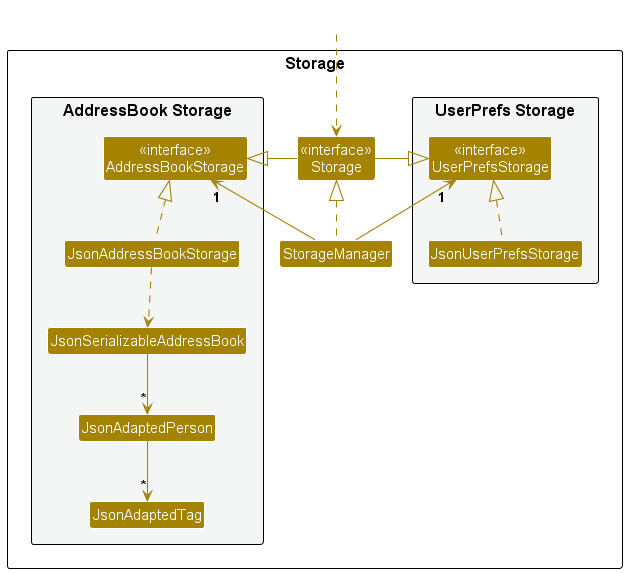
Above: docs/images/StorageClassDiagram.png in szelingtan/tp (PlantUML), before the change. Its source is kept beside it as docs/diagrams/StorageClassDiagram.puml. Source of this version:
```plantuml
@startuml
!include style.puml
skinparam arrowThickness 1.1
skinparam arrowColor STORAGE_COLOR
skinparam classBackgroundColor STORAGE_COLOR

package Storage as StoragePackage {

package "UserPrefs Storage" #F4F6F6{
Class "<<interface>>\nUserPrefsStorage" as UserPrefsStorage
Class JsonUserPrefsStorage
}

Class "<<interface>>\nStorage" as Storage
Class StorageManager

package "AddressBook Storage" #F4F6F6{
Class "<<interface>>\nAddressBookStorage" as AddressBookStorage
Class JsonAddressBookStorage
Class JsonSerializableAddressBook
Class JsonAdaptedpatient
Class JsonAdaptedTag
}

}

Class HiddenOutside #FFFFFF
HiddenOutside ..> Storage

StorageManager .up.|> Storage
StorageManager -up-> "1" UserPrefsStorage
StorageManager -up-> "1" AddressBookStorage

Storage -left-|> UserPrefsStorage
Storage -right-|> AddressBookStorage

JsonUserPrefsStorage .up.|> UserPrefsStorage
JsonAddressBookStorage .up.|> AddressBookStorage
JsonAddressBookStorage ..> JsonSerializableAddressBook
JsonSerializableAddressBook --> "*" JsonAdaptedpatient
JsonAdaptedpatient --> "*" JsonAdaptedTag

@enduml
```
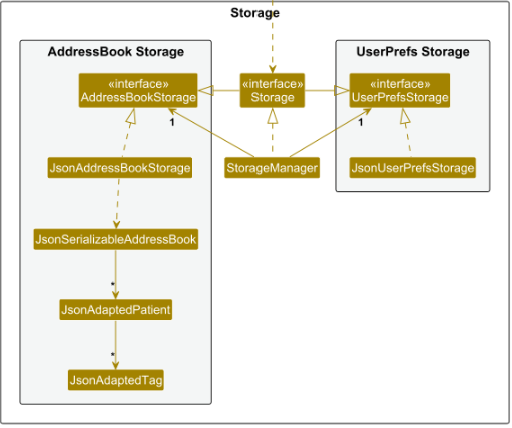
The same file after the commit.

Diff of the diagram source:
```diff
@@ -18,7 +18,7 @@
 Class "<<interface>>\nAddressBookStorage" as AddressBookStorage
 Class JsonAddressBookStorage
 Class JsonSerializableAddressBook
-Class JsonAdaptedpatient
+Class JsonAdaptedPatient
 Class JsonAdaptedTag
 }
 
@@ -37,7 +37,7 @@
 JsonUserPrefsStorage .up.|> UserPrefsStorage
 JsonAddressBookStorage .up.|> AddressBookStorage
 JsonAddressBookStorage ..> JsonSerializableAddressBook
-JsonSerializableAddressBook --> "*" JsonAdaptedpatient
-JsonAdaptedpatient --> "*" JsonAdaptedTag
+JsonSerializableAddressBook --> "*" JsonAdaptedPatient
+JsonAdaptedPatient --> "*" JsonAdaptedTag
 
 @enduml
```
